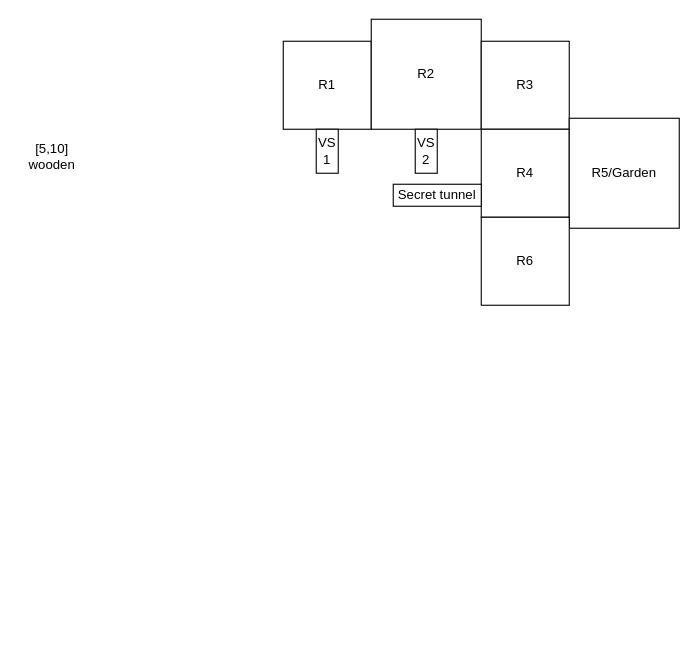
Above: Survive/Documentation/HouseMap.drawio in Otasmacour/Survive (draw.io), before the change. Source tidied: cells renumbered, new cells numbered last; positions are measured from the earlier drawing's top-left corner, leaving out a move shared by most shapes. Both pictures are drawn from the tidied source at 110%, with x=0, y=0 at pixel (19, 19).
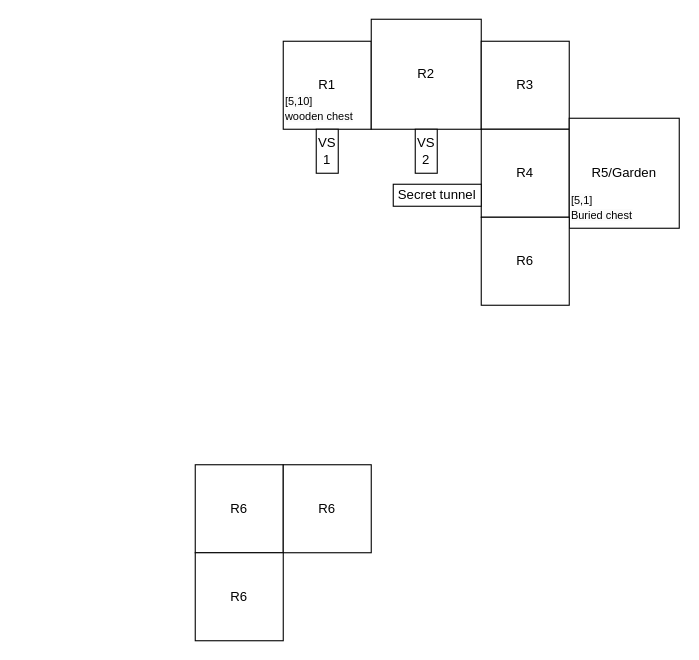
Above is the later version.

The edit, as a diff of the source:
```diff
@@
 <mxGraphModel>
   <root>
     <mxCell id="0" />
     <mxCell id="1" parent="0" />
     <mxCell id="2" value="R1" style="whiteSpace=wrap;html=1;" parent="1" vertex="1">
       <mxGeometry x="240" y="20" width="80" height="80" as="geometry" />
     </mxCell>
     <mxCell id="3" value="R2" style="whiteSpace=wrap;html=1;" parent="1" vertex="1">
       <mxGeometry x="320" width="100" height="100" as="geometry" />
     </mxCell>
     <mxCell id="4" value="R3" style="whiteSpace=wrap;html=1;" parent="1" vertex="1">
       <mxGeometry x="420" y="20" width="80" height="80" as="geometry" />
     </mxCell>
     <mxCell id="5" value="R4" style="whiteSpace=wrap;html=1;" parent="1" vertex="1">
       <mxGeometry x="420" y="100" width="80" height="80" as="geometry" />
     </mxCell>
     <mxCell id="6" value="R5/Garden" style="whiteSpace=wrap;html=1;" parent="1" vertex="1">
       <mxGeometry x="500" y="90" width="100" height="100" as="geometry" />
     </mxCell>
     <mxCell id="7" value="R6" style="whiteSpace=wrap;html=1;" parent="1" vertex="1">
       <mxGeometry x="420" y="180" width="80" height="80" as="geometry" />
     </mxCell>
     <mxCell id="8" value="VS&lt;br&gt;2" style="rounded=0;whiteSpace=wrap;html=1;" parent="1" vertex="1">
       <mxGeometry x="360" y="100" width="20" height="40" as="geometry" />
     </mxCell>
     <mxCell id="9" value="VS&lt;br&gt;1" style="rounded=0;whiteSpace=wrap;html=1;" parent="1" vertex="1">
       <mxGeometry x="270" y="100" width="20" height="40" as="geometry" />
     </mxCell>
     <mxCell id="10" value="Secret tunnel" style="rounded=0;whiteSpace=wrap;html=1;" parent="1" vertex="1">
       <mxGeometry x="340" y="150" width="80" height="20" as="geometry" />
     </mxCell>
-    <mxCell id="11" value="[5,10] wooden" style="text;html=1;strokeColor=none;fillColor=none;align=center;verticalAlign=middle;whiteSpace=wrap;rounded=0;" parent="1" vertex="1">
-      <mxGeometry y="110" width="60" height="30" as="geometry" />
-    </mxCell>
+    <mxCell id="12" value="&lt;span style=&quot;color: rgb(0, 0, 0); font-family: Helvetica; font-size: 10px; font-style: normal; font-variant-ligatures: normal; font-variant-caps: normal; font-weight: 400; letter-spacing: normal; orphans: 2; text-align: center; text-indent: 0px; text-transform: none; widows: 2; word-spacing: 0px; -webkit-text-stroke-width: 0px; background-color: rgb(251, 251, 251); text-decoration-thickness: initial; text-decoration-style: initial; text-decoration-color: initial; float: none; display: inline !important;&quot;&gt;[5,1]&lt;/span&gt;&lt;br style=&quot;border-color: var(--border-color); color: rgb(0, 0, 0); font-family: Helvetica; font-size: 10px; font-style: normal; font-variant-ligatures: normal; font-variant-caps: normal; font-weight: 400; letter-spacing: normal; orphans: 2; text-align: center; text-indent: 0px; text-transform: none; widows: 2; word-spacing: 0px; -webkit-text-stroke-width: 0px; background-color: rgb(251, 251, 251); text-decoration-thickness: initial; text-decoration-style: initial; text-decoration-color: initial;&quot;&gt;&lt;span style=&quot;color: rgb(0, 0, 0); font-family: Helvetica; font-size: 10px; font-style: normal; font-variant-ligatures: normal; font-variant-caps: normal; font-weight: 400; letter-spacing: normal; orphans: 2; text-align: center; text-indent: 0px; text-transform: none; widows: 2; word-spacing: 0px; -webkit-text-stroke-width: 0px; background-color: rgb(251, 251, 251); text-decoration-thickness: initial; text-decoration-style: initial; text-decoration-color: initial; float: none; display: inline !important;&quot;&gt;Buried chest&lt;/span&gt;" style="text;whiteSpace=wrap;html=1;" parent="1" vertex="1">
+      <mxGeometry x="500" y="150" width="100" height="50" as="geometry" />
+    </mxCell>
+    <mxCell id="13" value="&lt;span style=&quot;color: rgb(0, 0, 0); font-family: Helvetica; font-size: 10px; font-style: normal; font-variant-ligatures: normal; font-variant-caps: normal; font-weight: 400; letter-spacing: normal; orphans: 2; text-align: center; text-indent: 0px; text-transform: none; widows: 2; word-spacing: 0px; -webkit-text-stroke-width: 0px; background-color: rgb(251, 251, 251); text-decoration-thickness: initial; text-decoration-style: initial; text-decoration-color: initial; float: none; display: inline !important;&quot;&gt;[5,10]&lt;/span&gt;&lt;br style=&quot;border-color: var(--border-color); color: rgb(0, 0, 0); font-family: Helvetica; font-size: 10px; font-style: normal; font-variant-ligatures: normal; font-variant-caps: normal; font-weight: 400; letter-spacing: normal; orphans: 2; text-align: center; text-indent: 0px; text-transform: none; widows: 2; word-spacing: 0px; -webkit-text-stroke-width: 0px; background-color: rgb(251, 251, 251); text-decoration-thickness: initial; text-decoration-style: initial; text-decoration-color: initial;&quot;&gt;&lt;span style=&quot;color: rgb(0, 0, 0); font-family: Helvetica; font-size: 10px; font-style: normal; font-variant-ligatures: normal; font-variant-caps: normal; font-weight: 400; letter-spacing: normal; orphans: 2; text-align: center; text-indent: 0px; text-transform: none; widows: 2; word-spacing: 0px; -webkit-text-stroke-width: 0px; background-color: rgb(251, 251, 251); text-decoration-thickness: initial; text-decoration-style: initial; text-decoration-color: initial; float: none; display: inline !important;&quot;&gt;wooden chest&lt;/span&gt;" style="text;whiteSpace=wrap;html=1;" parent="1" vertex="1">
+      <mxGeometry x="240" y="60" width="100" height="50" as="geometry" />
+    </mxCell>
+    <mxCell id="14" value="R6" style="whiteSpace=wrap;html=1;" parent="1" vertex="1">
+      <mxGeometry x="160" y="405" width="80" height="80" as="geometry" />
+    </mxCell>
+    <mxCell id="15" value="R6" style="whiteSpace=wrap;html=1;" parent="1" vertex="1">
+      <mxGeometry x="240" y="405" width="80" height="80" as="geometry" />
+    </mxCell>
+    <mxCell id="16" value="R6" style="whiteSpace=wrap;html=1;" parent="1" vertex="1">
+      <mxGeometry x="160" y="485" width="80" height="80" as="geometry" />
+    </mxCell>
   </root>
 </mxGraphModel>
```
